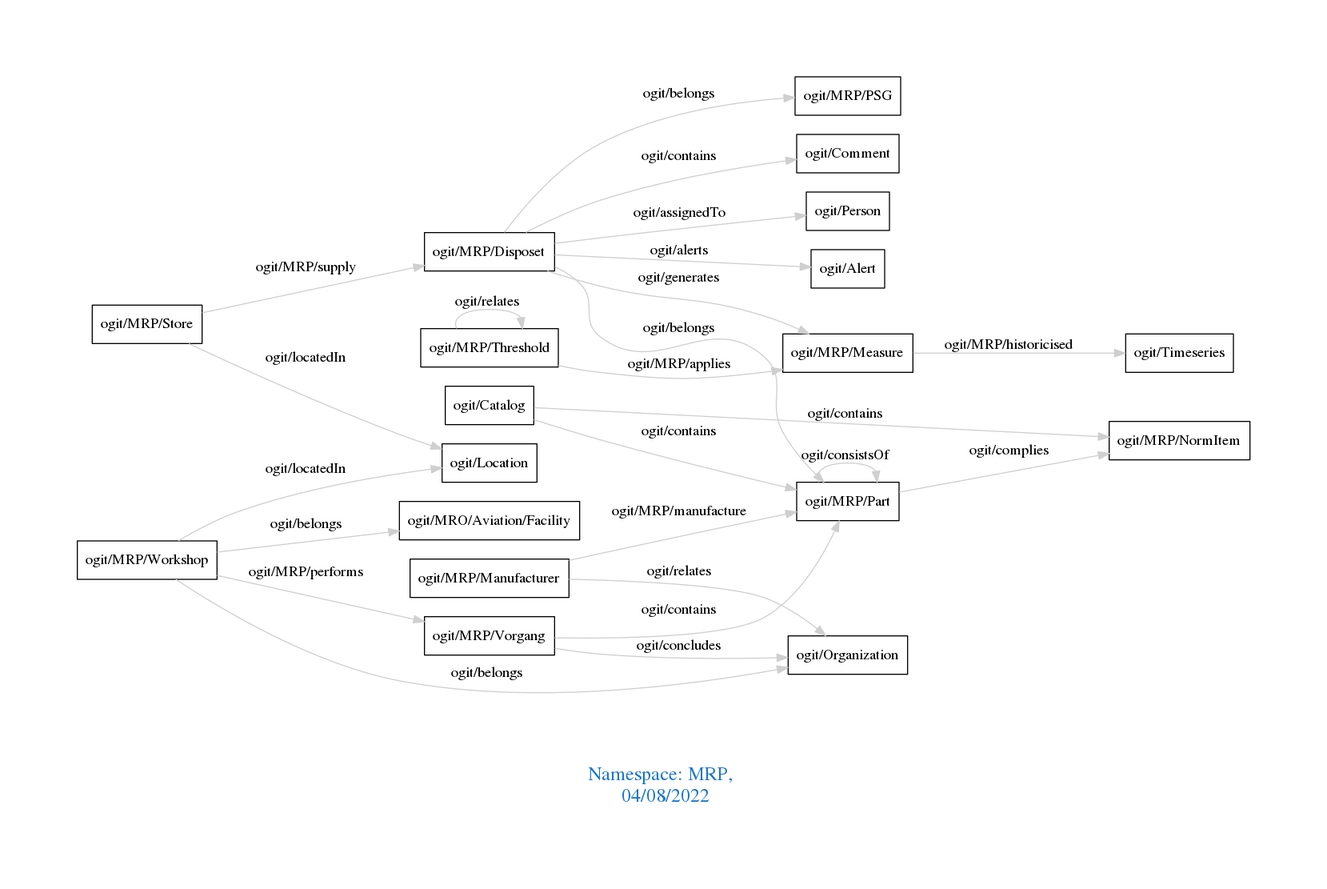
Above: downloads/MRP.png in arago/OGIT (Graphviz), before the change. Its source is kept beside it as downloads/MRP.dot.
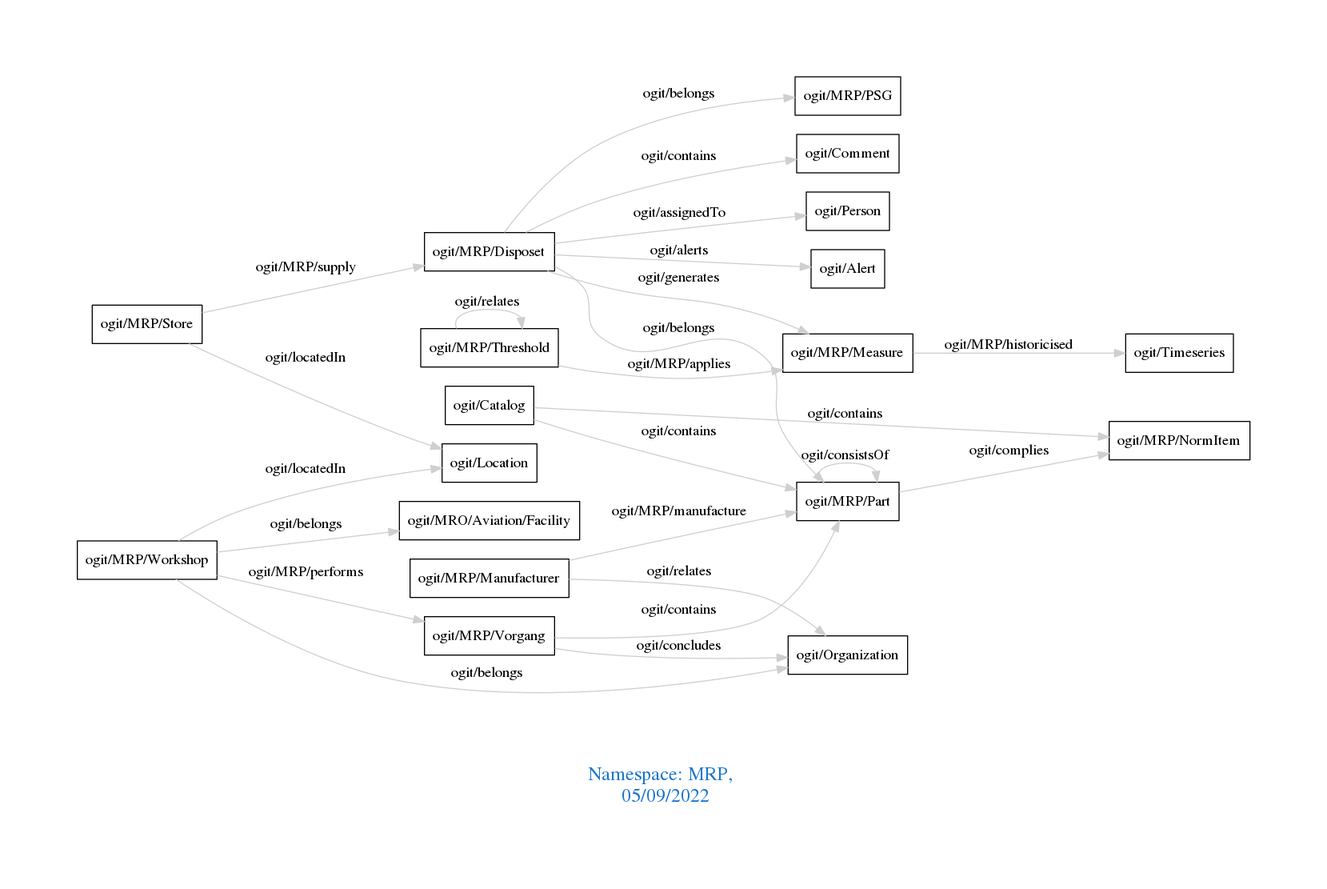
After the commit.

The edit, as a diff of the source:
```diff
@@ -1,7 +1,7 @@
 digraph OGIT_ontology {
  graph [ rankdir= LR,pad=1
 fontsize = 18,
-fontcolor= dodgerblue3,label = "\n\n\nNamespace: MRP, \n 04/08/2022"];
+fontcolor= dodgerblue3,label = "\n\n\nNamespace: MRP, \n 05/09/2022"];
 node[shape=polygon];
 edge [  color="gray81"];
 
```
